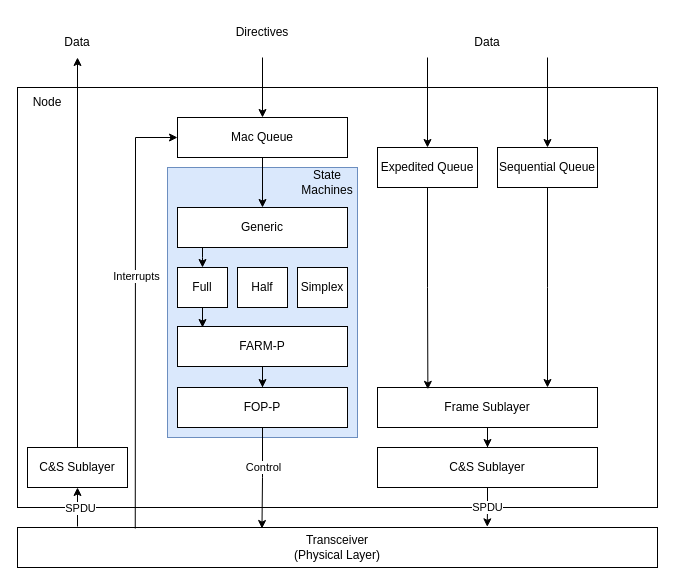
The draw.io diagram docs/diagram.drawio in dernasherbrezon/ccsds-scsc, before the edit. Source tidied: cells renumbered, new cells numbered last; positions are measured from the earlier drawing's top-left corner, leaving out a move shared by most shapes. Both pictures are drawn from the tidied source at 100%, with x=0, y=0 at pixel (17, 17).
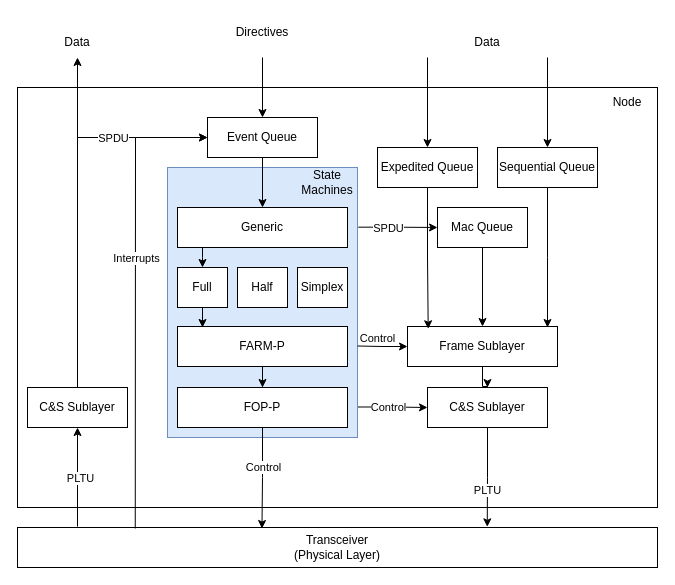
The same diagram, later.

Unchanged cells that the change refers to:
```xml
<mxCell id="3" style="rounded=0;whiteSpace=wrap;html=1;fillColor=#dae8fc;strokeColor=#6c8ebf;" parent="1" vertex="1">
  <mxGeometry x="150" y="150" width="190" height="270" as="geometry" />
</mxCell>
<mxCell id="21" value="Expedited Queue" style="rounded=0;whiteSpace=wrap;html=1;" parent="1" vertex="1">
  <mxGeometry x="360" y="130" width="100" height="40" as="geometry" />
</mxCell>
<mxCell id="22" value="Sequential Queue" style="rounded=0;whiteSpace=wrap;html=1;" parent="1" vertex="1">
  <mxGeometry x="480" y="130" width="100" height="40" as="geometry" />
</mxCell>
<mxCell id="29" style="edgeStyle=orthogonalEdgeStyle;rounded=0;jettySize=auto;html=1;entryX=0.734;entryY=-0.017;entryDx=0;entryDy=0;entryPerimeter=0;" parent="1" edge="1" source="16" target="4">
  <mxGeometry relative="1" as="geometry" />
</mxCell>
<mxCell id="35" style="endArrow=classic;html=1;rounded=0;entryX=0.5;entryY=1;entryDx=0;entryDy=0;" parent="1" edge="1" target="37">
  <mxGeometry relative="1" as="geometry">
    <mxPoint x="60" y="509" as="sourcePoint" />
  </mxGeometry>
</mxCell>
```

What changed in the source:
```diff
@@
+    <mxCell id="41" style="edgeStyle=orthogonalEdgeStyle;rounded=0;jettySize=auto;html=1;entryX=0;entryY=0.5;entryDx=0;entryDy=0;exitX=1.004;exitY=0.221;exitDx=0;exitDy=0;exitPerimeter=0;" parent="1" edge="1" source="3" target="47">
+      <mxGeometry relative="1" as="geometry" />
+    </mxCell>
+    <mxCell id="42" value="SPDU" style="edgeLabel;html=1;align=center;verticalAlign=middle;" parent="41" vertex="1">
+      <mxGeometry x="-0.24" y="-1" relative="1" as="geometry" />
+    </mxCell>
+    <mxCell id="43" style="edgeStyle=orthogonalEdgeStyle;rounded=0;jettySize=auto;html=1;entryX=0;entryY=0.5;entryDx=0;entryDy=0;exitX=0.997;exitY=0.887;exitDx=0;exitDy=0;exitPerimeter=0;" parent="1" edge="1" source="3" target="16">
+      <mxGeometry relative="1" as="geometry" />
+    </mxCell>
+    <mxCell id="44" value="Control" style="edgeLabel;html=1;align=center;verticalAlign=middle;" parent="43" vertex="1">
+      <mxGeometry x="-0.36" y="-1" relative="1" as="geometry">
+        <mxPoint x="8" y="-1" as="offset" />
+      </mxGeometry>
+    </mxCell>
@@
     <mxCell id="5" value="Node" style="text;html=1;whiteSpace=wrap;strokeColor=none;fillColor=none;align=center;verticalAlign=middle;rounded=0;" parent="1" vertex="1">
-      <mxGeometry y="70" width="60" height="30" as="geometry" />
+      <mxGeometry x="580" y="70" width="60" height="30" as="geometry" />
     </mxCell>
@@
     <mxCell id="15" value="Frame Sublayer" style="rounded=0;whiteSpace=wrap;html=1;" parent="1" vertex="1">
-      <mxGeometry x="360" y="370" width="220" height="40" as="geometry" />
+      <mxGeometry x="390" y="309" width="150" height="40" as="geometry" />
     </mxCell>
     <mxCell id="16" value="C&amp;amp;S Sublayer" style="rounded=0;whiteSpace=wrap;html=1;" parent="1" vertex="1">
-      <mxGeometry x="360" y="430" width="220" height="40" as="geometry" />
+      <mxGeometry x="410" y="370" width="120" height="40" as="geometry" />
     </mxCell>
@@
-    <mxCell id="19" value="Mac Queue" style="rounded=0;whiteSpace=wrap;html=1;" parent="1" vertex="1">
-      <mxGeometry x="160" y="100" width="170" height="40" as="geometry" />
+    <mxCell id="19" value="Event Queue" style="rounded=0;whiteSpace=wrap;html=1;" parent="1" vertex="1">
+      <mxGeometry x="190" y="100" width="110" height="40" as="geometry" />
     </mxCell>
@@
-    <mxCell id="23" style="edgeStyle=orthogonalEdgeStyle;rounded=0;jettySize=auto;html=1;entryX=0.229;entryY=0.046;entryDx=0;entryDy=0;entryPerimeter=0;" parent="1" edge="1" source="21" target="15">
+    <mxCell id="23" style="edgeStyle=orthogonalEdgeStyle;rounded=0;jettySize=auto;html=1;entryX=0.138;entryY=0.057;entryDx=0;entryDy=0;entryPerimeter=0;" parent="1" edge="1" source="21" target="15">
       <mxGeometry relative="1" as="geometry" />
     </mxCell>
     <mxCell id="24" style="edgeStyle=orthogonalEdgeStyle;rounded=0;jettySize=auto;html=1;" parent="1" edge="1" source="22">
       <mxGeometry relative="1" as="geometry">
-        <mxPoint x="530" y="370" as="targetPoint" />
+        <mxPoint x="530" y="310" as="targetPoint" />
       </mxGeometry>
     </mxCell>
@@
-    <mxCell id="30" value="SPDU" style="edgeLabel;html=1;align=center;verticalAlign=middle;" parent="29" vertex="1">
+    <mxCell id="30" value="PLTU" style="edgeLabel;html=1;align=center;verticalAlign=middle;" parent="29" vertex="1">
       <mxGeometry x="0.43" y="1" relative="1" as="geometry">
         <mxPoint x="-1" y="-8" as="offset" />
       </mxGeometry>
     </mxCell>
@@
-    <mxCell id="36" value="SPDU" style="edgeLabel;html=1;align=center;verticalAlign=middle;" parent="35" vertex="1">
+    <mxCell id="36" value="PLTU" style="edgeLabel;html=1;align=center;verticalAlign=middle;" parent="35" vertex="1">
       <mxGeometry x="0.02" y="1" relative="1" as="geometry">
         <mxPoint x="3" y="1" as="offset" />
       </mxGeometry>
     </mxCell>
     <mxCell id="37" value="C&amp;amp;S Sublayer" style="rounded=0;whiteSpace=wrap;html=1;" parent="1" vertex="1">
-      <mxGeometry x="10" y="430" width="100" height="40" as="geometry" />
+      <mxGeometry x="10" y="370" width="100" height="40" as="geometry" />
     </mxCell>
@@
+    <mxCell id="45" style="endArrow=classic;html=1;rounded=0;entryX=0;entryY=0.5;entryDx=0;entryDy=0;" parent="1" edge="1" target="19">
+      <mxGeometry relative="1" as="geometry">
+        <mxPoint x="60" y="120" as="sourcePoint" />
+      </mxGeometry>
+    </mxCell>
+    <mxCell id="46" value="SPDU" style="edgeLabel;html=1;align=center;verticalAlign=middle;" parent="45" vertex="1">
+      <mxGeometry x="-0.46" relative="1" as="geometry" />
+    </mxCell>
+    <mxCell id="47" value="Mac Queue" style="rounded=0;whiteSpace=wrap;html=1;" parent="1" vertex="1">
+      <mxGeometry x="420" y="190" width="90" height="40" as="geometry" />
+    </mxCell>
+    <mxCell id="48" style="edgeStyle=orthogonalEdgeStyle;rounded=0;jettySize=auto;html=1;entryX=0.5;entryY=0;entryDx=0;entryDy=0;" parent="1" edge="1" source="47" target="15">
+      <mxGeometry relative="1" as="geometry" />
+    </mxCell>
+    <mxCell id="49" style="edgeStyle=orthogonalEdgeStyle;rounded=0;orthogonalLoop=1;jettySize=auto;html=1;exitX=0.997;exitY=0.887;exitDx=0;exitDy=0;exitPerimeter=0;" parent="1" edge="1">
+      <mxGeometry relative="1" as="geometry">
+        <mxPoint x="340" y="328.5" as="sourcePoint" />
+        <mxPoint x="390" y="329" as="targetPoint" />
+      </mxGeometry>
+    </mxCell>
+    <mxCell id="50" value="Control" style="edgeLabel;html=1;align=center;verticalAlign=middle;" parent="49" vertex="1">
+      <mxGeometry x="-0.36" y="-1" relative="1" as="geometry">
+        <mxPoint x="4" y="-9" as="offset" />
+      </mxGeometry>
+    </mxCell>
```
